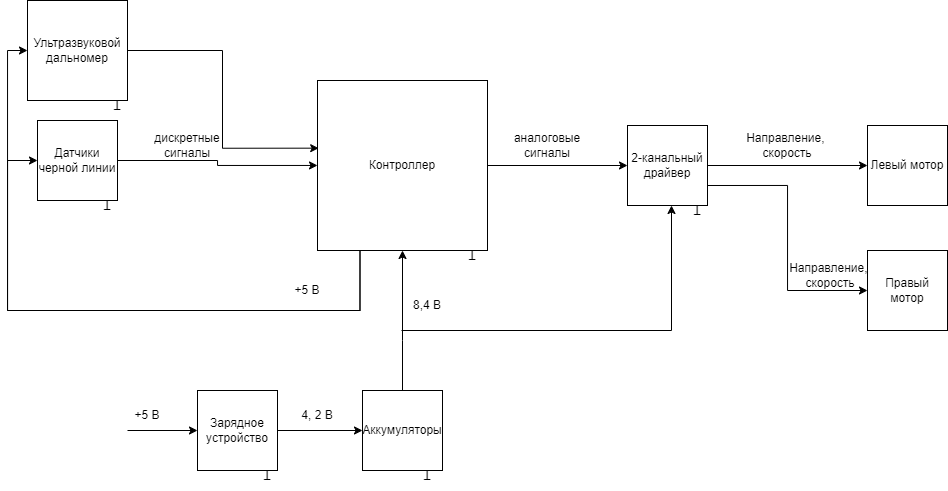
The draw.io diagram AcariTech struct.drawio.png in ksinph/PSTU_LABS_2023, before a commit. Source tidied: cells renumbered, new cells last; positions are measured from the earlier drawing's top-left corner, leaving out a move shared by most shapes.
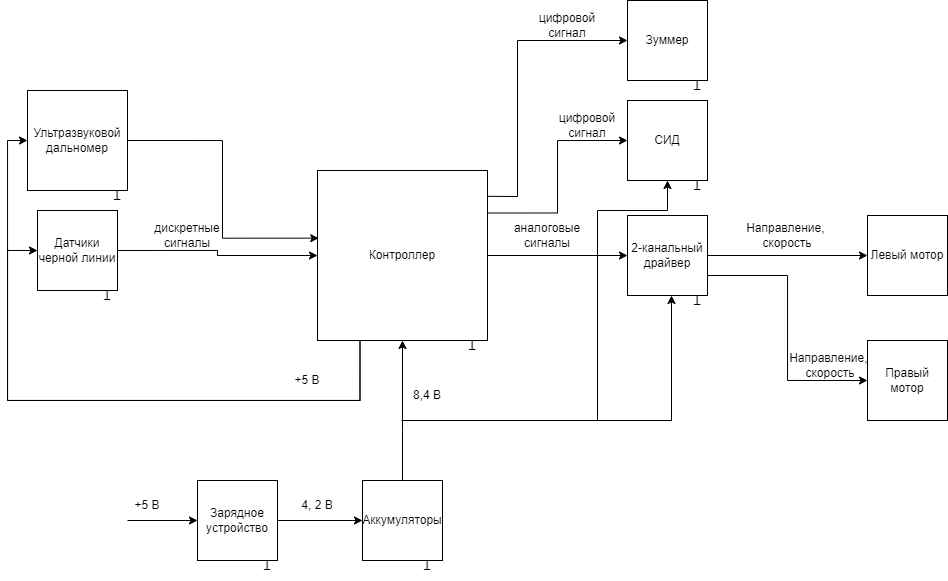
The same diagram one commit later.

The edit, as a diff of the source:
```diff
@@ -23,6 +23,9 @@
         </Array>
       </mxGeometry>
     </mxCell>
+    <mxCell id="35" style="edgeStyle=orthogonalEdgeStyle;rounded=0;jettySize=auto;html=1;exitX=1;exitY=0.25;exitDx=0;exitDy=0;entryX=0;entryY=0.5;entryDx=0;entryDy=0;" parent="1" edge="1" source="5" target="36">
+      <mxGeometry relative="1" as="geometry" />
+    </mxCell>
     <mxCell id="5" value="Контроллер" style="whiteSpace=wrap;html=1;" parent="1" vertex="1">
       <mxGeometry x="310" y="80" width="170" height="170" as="geometry" />
     </mxCell>
@@ -126,5 +129,42 @@
     <mxCell id="34" value="T" style="text;html=1;align=center;verticalAlign=middle;whiteSpace=wrap;rounded=0;rotation=-180;" parent="1" vertex="1">
       <mxGeometry x="80" y="90" width="60" height="30" as="geometry" />
     </mxCell>
+    <mxCell id="36" value="СИД" style="whiteSpace=wrap;html=1;" parent="1" vertex="1">
+      <mxGeometry x="620" y="10" width="80" height="80" as="geometry" />
+    </mxCell>
+    <mxCell id="37" value="цифровой сигнал" style="text;html=1;align=center;verticalAlign=middle;whiteSpace=wrap;rounded=0;" parent="1" vertex="1">
+      <mxGeometry x="550" y="20" width="60" height="30" as="geometry" />
+    </mxCell>
+    <mxCell id="38" style="endArrow=classic;html=1;rounded=0;" parent="1" edge="1">
+      <mxGeometry relative="1" as="geometry">
+        <mxPoint x="590" y="330" as="sourcePoint" />
+        <mxPoint x="660" y="90" as="targetPoint" />
+        <Array as="points">
+          <mxPoint x="590" y="120" />
+          <mxPoint x="660" y="120" />
+        </Array>
+      </mxGeometry>
+    </mxCell>
+    <mxCell id="39" value="Зуммер" style="whiteSpace=wrap;html=1;" parent="1" vertex="1">
+      <mxGeometry x="620" y="-90" width="80" height="80" as="geometry" />
+    </mxCell>
+    <mxCell id="40" style="endArrow=classic;html=1;rounded=0;exitX=1.001;exitY=0.152;exitDx=0;exitDy=0;exitPerimeter=0;" parent="1" edge="1" source="5">
+      <mxGeometry relative="1" as="geometry">
+        <mxPoint x="620" y="-50" as="targetPoint" />
+        <Array as="points">
+          <mxPoint x="510" y="106" />
+          <mxPoint x="510" y="-50" />
+        </Array>
+      </mxGeometry>
+    </mxCell>
+    <mxCell id="41" value="цифровой сигнал" style="text;html=1;align=center;verticalAlign=middle;whiteSpace=wrap;rounded=0;" parent="1" vertex="1">
+      <mxGeometry x="530" y="-80" width="60" height="30" as="geometry" />
+    </mxCell>
+    <mxCell id="42" value="T" style="text;html=1;align=center;verticalAlign=middle;whiteSpace=wrap;rounded=0;rotation=-180;" parent="1" vertex="1">
+      <mxGeometry x="660" y="-20" width="60" height="30" as="geometry" />
+    </mxCell>
+    <mxCell id="43" value="T" style="text;html=1;align=center;verticalAlign=middle;whiteSpace=wrap;rounded=0;rotation=-180;" parent="1" vertex="1">
+      <mxGeometry x="660" y="80" width="60" height="30" as="geometry" />
+    </mxCell>
   </root>
 </mxGraphModel>
```
